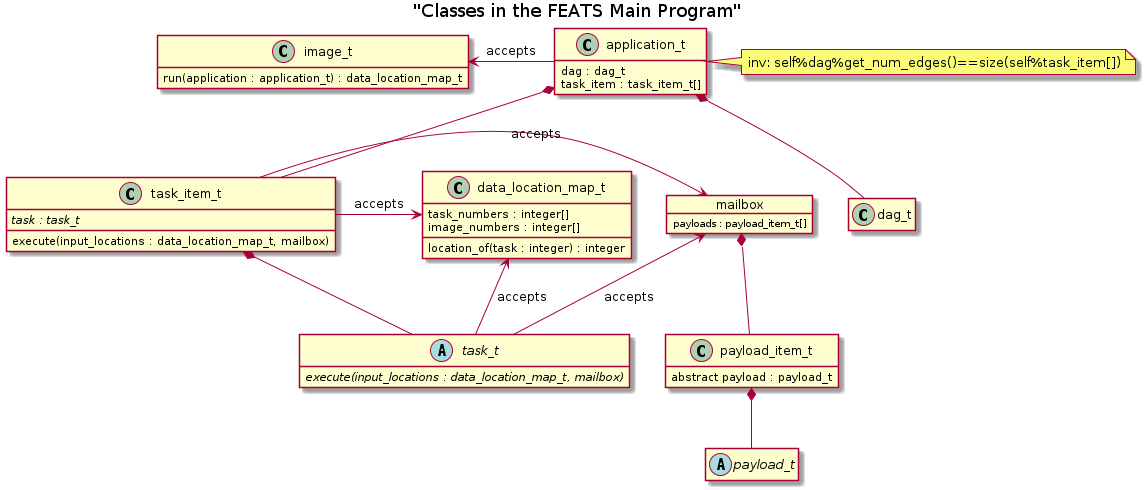
Above: doc/class_diagram.png in sourceryinstitute/FEATS (PlantUML), before the change.
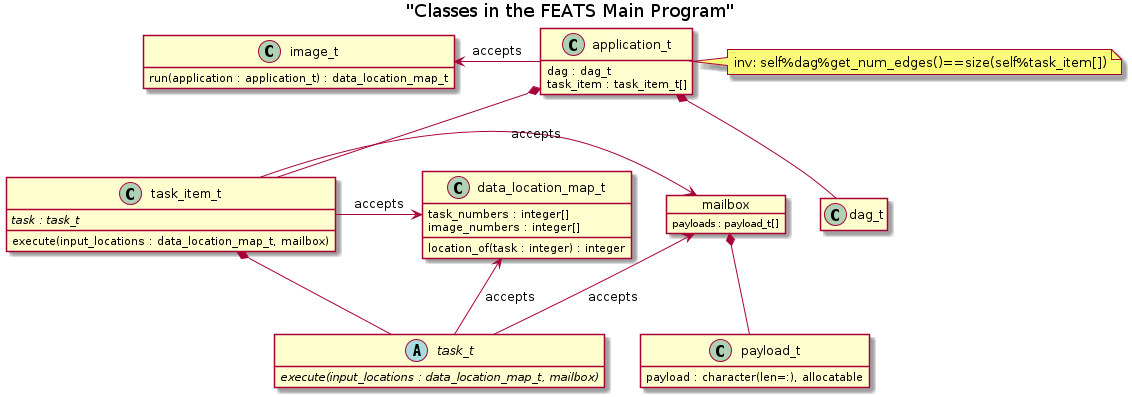
The same diagram one commit later.

Commit message:
have the payloads just be strings

The edit, as a diff of the source:
```diff
@@ -9,18 +9,15 @@
   location_of(task : integer) : integer
 }
 
-abstract class payload_t
-class payload_item_t{
-  abstract payload : payload_t
+class payload_t{
+  payload : character(len=:), allocatable
 }
 
-payload_item_t *-down- payload_t
-
 object mailbox{
-  payloads : payload_item_t[]
+  payloads : payload_t[]
 }
 
-mailbox *-down- payload_item_t
+mailbox *-down- payload_t
 
 abstract class task_t{
   {abstract} execute(input_locations : data_location_map_t, mailbox)
```
